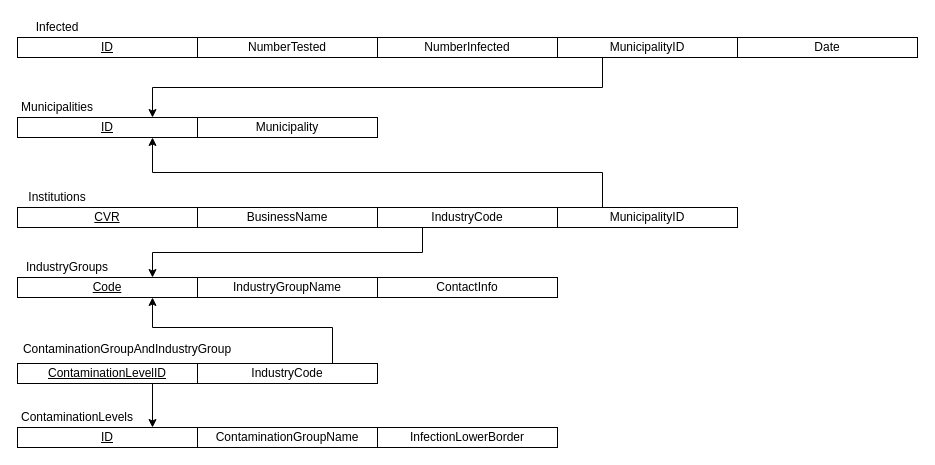
This is CharlieProject/Documentation/Martin_mappingskema.drawio from mathex83/CharlieProjectSemester1, a draw.io file, before an edit. Source tidied: cells renumbered, new cells numbered last; positions are measured from the earlier drawing's top-left corner, leaving out a move shared by most shapes. Both pictures are drawn from the tidied source at 100%, with x=0, y=0 at pixel (17, 17).
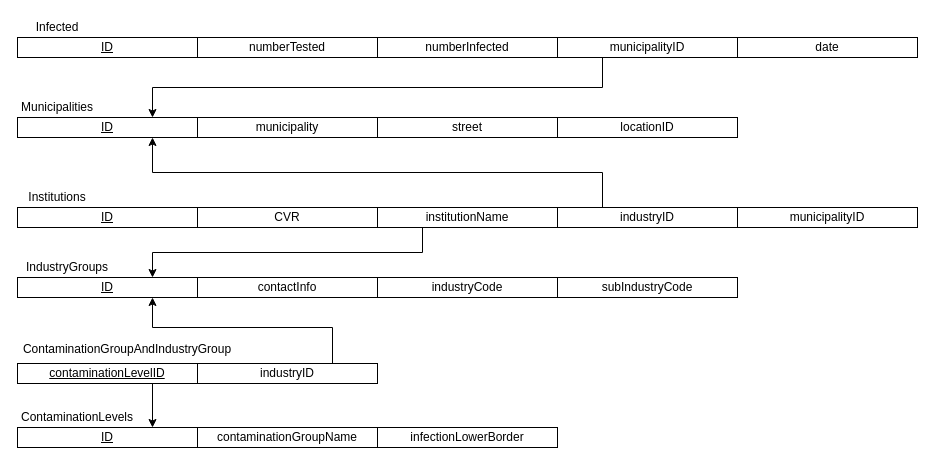
The same page after the edit.

Commit message (it also covers changes not shown here):
added newly updated mappingskema and ERD

The change refers to these unchanged cells:
```xml
<mxCell id="2" style="group;" parent="1" vertex="1">
  <mxGeometry x="360" y="20" width="180" height="20" as="geometry" />
</mxCell>
<mxCell id="5" style="group;" parent="1" vertex="1">
  <mxGeometry x="180" y="20" width="180" height="20" as="geometry" />
</mxCell>
<mxCell id="11" style="group;" parent="1" vertex="1">
  <mxGeometry x="180" y="100" width="180" height="20" as="geometry" />
</mxCell>
<mxCell id="17" style="group;" parent="1" vertex="1">
  <mxGeometry x="540" y="20" width="180" height="20" as="geometry" />
</mxCell>
<mxCell id="20" style="group;" parent="1" vertex="1">
  <mxGeometry x="720" y="20" width="180" height="20" as="geometry" />
</mxCell>
<mxCell id="25" style="group;" parent="1" vertex="1">
  <mxGeometry x="180" y="190" width="180" height="20" as="geometry" />
</mxCell>
<mxCell id="28" style="group;" parent="1" vertex="1">
  <mxGeometry x="360" y="190" width="180" height="20" as="geometry" />
</mxCell>
<mxCell id="31" style="group;" parent="1" vertex="1">
  <mxGeometry y="190" width="180" height="20" as="geometry" />
</mxCell>
<mxCell id="34" style="group;" parent="1" vertex="1">
  <mxGeometry y="260" width="180" height="20" as="geometry" />
</mxCell>
<mxCell id="37" style="group;" parent="1" vertex="1">
  <mxGeometry x="180" y="260" width="180" height="20" as="geometry" />
</mxCell>
<mxCell id="43" style="group;" parent="1" vertex="1">
  <mxGeometry x="180" y="410" width="180" height="20" as="geometry" />
</mxCell>
<mxCell id="49" style="group;" parent="1" vertex="1">
  <mxGeometry y="346" width="180" height="20" as="geometry" />
</mxCell>
<mxCell id="53" style="group;" parent="1" vertex="1">
  <mxGeometry x="360" y="410" width="180" height="20" as="geometry" />
</mxCell>
<mxCell id="56" style="group;" parent="1" vertex="1">
  <mxGeometry x="180" y="346" width="180" height="20" as="geometry" />
</mxCell>
<mxCell id="62" style="group;" parent="1" vertex="1">
  <mxGeometry x="360" y="260" width="180" height="20" as="geometry" />
</mxCell>
<mxCell id="65" style="group;" parent="1" vertex="1">
  <mxGeometry x="540" y="190" width="180" height="20" as="geometry" />
</mxCell>
```

The edit, as a diff of the source:
```diff
@@
-    <mxCell id="4" value="NumberInfected" style="text;html=1;strokeColor=none;fillColor=none;align=center;verticalAlign=middle;whiteSpace=wrap;rounded=0;" parent="2" vertex="1">
+    <mxCell id="4" value="numberInfected" style="text;html=1;strokeColor=none;fillColor=none;align=center;verticalAlign=middle;whiteSpace=wrap;rounded=0;" parent="2" vertex="1">
       <mxGeometry x="70" width="40" height="20" as="geometry" />
     </mxCell>
@@
-    <mxCell id="7" value="NumberTested" style="text;html=1;strokeColor=none;fillColor=none;align=center;verticalAlign=middle;whiteSpace=wrap;rounded=0;" parent="5" vertex="1">
+    <mxCell id="7" value="numberTested" style="text;html=1;strokeColor=none;fillColor=none;align=center;verticalAlign=middle;whiteSpace=wrap;rounded=0;" parent="5" vertex="1">
       <mxGeometry x="70" width="40" height="20" as="geometry" />
     </mxCell>
@@
-    <mxCell id="13" value="Municipality" style="text;html=1;strokeColor=none;fillColor=none;align=center;verticalAlign=middle;whiteSpace=wrap;rounded=0;" parent="11" vertex="1">
+    <mxCell id="13" value="municipality" style="text;html=1;strokeColor=none;fillColor=none;align=center;verticalAlign=middle;whiteSpace=wrap;rounded=0;" parent="11" vertex="1">
       <mxGeometry x="70" width="40" height="20" as="geometry" />
     </mxCell>
@@
-    <mxCell id="19" value="MunicipalityID" style="text;html=1;strokeColor=none;fillColor=none;align=center;verticalAlign=middle;whiteSpace=wrap;rounded=0;" parent="17" vertex="1">
+    <mxCell id="19" value="municipalityID" style="text;html=1;strokeColor=none;fillColor=none;align=center;verticalAlign=middle;whiteSpace=wrap;rounded=0;" parent="17" vertex="1">
       <mxGeometry x="70" width="40" height="20" as="geometry" />
     </mxCell>
@@
-    <mxCell id="22" value="Date" style="text;html=1;strokeColor=none;fillColor=none;align=center;verticalAlign=middle;whiteSpace=wrap;rounded=0;" parent="20" vertex="1">
+    <mxCell id="22" value="date" style="text;html=1;strokeColor=none;fillColor=none;align=center;verticalAlign=middle;whiteSpace=wrap;rounded=0;" parent="20" vertex="1">
       <mxGeometry x="70" width="40" height="20" as="geometry" />
     </mxCell>
@@
-    <mxCell id="27" value="BusinessName" style="text;html=1;strokeColor=none;fillColor=none;align=center;verticalAlign=middle;whiteSpace=wrap;rounded=0;" parent="25" vertex="1">
+    <mxCell id="27" value="CVR" style="text;html=1;strokeColor=none;fillColor=none;align=center;verticalAlign=middle;whiteSpace=wrap;rounded=0;" parent="25" vertex="1">
       <mxGeometry x="70" width="40" height="20" as="geometry" />
     </mxCell>
@@
-    <mxCell id="30" value="IndustryCode" style="text;html=1;strokeColor=none;fillColor=none;align=center;verticalAlign=middle;whiteSpace=wrap;rounded=0;" parent="28" vertex="1">
+    <mxCell id="30" value="institutionName" style="text;html=1;strokeColor=none;fillColor=none;align=center;verticalAlign=middle;whiteSpace=wrap;rounded=0;" parent="28" vertex="1">
       <mxGeometry x="70" width="40" height="20" as="geometry" />
     </mxCell>
@@
-    <mxCell id="33" value="&lt;u&gt;CVR&lt;/u&gt;" style="text;html=1;strokeColor=none;fillColor=none;align=center;verticalAlign=middle;whiteSpace=wrap;rounded=0;" parent="31" vertex="1">
+    <mxCell id="33" value="&lt;u&gt;ID&lt;/u&gt;" style="text;html=1;strokeColor=none;fillColor=none;align=center;verticalAlign=middle;whiteSpace=wrap;rounded=0;" parent="31" vertex="1">
       <mxGeometry x="70" width="40" height="20" as="geometry" />
     </mxCell>
@@
-    <mxCell id="36" value="&lt;u&gt;Code&lt;/u&gt;" style="text;html=1;strokeColor=none;fillColor=none;align=center;verticalAlign=middle;whiteSpace=wrap;rounded=0;" parent="34" vertex="1">
+    <mxCell id="36" value="&lt;u&gt;ID&lt;/u&gt;" style="text;html=1;strokeColor=none;fillColor=none;align=center;verticalAlign=middle;whiteSpace=wrap;rounded=0;" parent="34" vertex="1">
       <mxGeometry x="70" width="40" height="20" as="geometry" />
     </mxCell>
@@
-    <mxCell id="39" value="IndustryGroupName" style="text;html=1;strokeColor=none;fillColor=none;align=center;verticalAlign=middle;whiteSpace=wrap;rounded=0;" parent="37" vertex="1">
+    <mxCell id="39" value="contactInfo" style="text;html=1;strokeColor=none;fillColor=none;align=center;verticalAlign=middle;whiteSpace=wrap;rounded=0;" parent="37" vertex="1">
       <mxGeometry x="70" width="40" height="20" as="geometry" />
     </mxCell>
@@
-    <mxCell id="45" value="ContaminationGroupName" style="text;html=1;strokeColor=none;fillColor=none;align=center;verticalAlign=middle;whiteSpace=wrap;rounded=0;" parent="43" vertex="1">
+    <mxCell id="45" value="contaminationGroupName" style="text;html=1;strokeColor=none;fillColor=none;align=center;verticalAlign=middle;whiteSpace=wrap;rounded=0;" parent="43" vertex="1">
       <mxGeometry x="70" width="40" height="20" as="geometry" />
     </mxCell>
@@
-    <mxCell id="51" value="&lt;u&gt;ContaminationLevelID&lt;/u&gt;" style="text;html=1;strokeColor=none;fillColor=none;align=center;verticalAlign=middle;whiteSpace=wrap;rounded=0;" parent="49" vertex="1">
+    <mxCell id="51" value="&lt;u&gt;contaminationLevelID&lt;/u&gt;" style="text;html=1;strokeColor=none;fillColor=none;align=center;verticalAlign=middle;whiteSpace=wrap;rounded=0;" parent="49" vertex="1">
       <mxGeometry x="70" width="40" height="20" as="geometry" />
     </mxCell>
@@
-    <mxCell id="55" value="InfectionLowerBorder" style="text;html=1;strokeColor=none;fillColor=none;align=center;verticalAlign=middle;whiteSpace=wrap;rounded=0;" parent="53" vertex="1">
+    <mxCell id="55" value="infectionLowerBorder" style="text;html=1;strokeColor=none;fillColor=none;align=center;verticalAlign=middle;whiteSpace=wrap;rounded=0;" parent="53" vertex="1">
       <mxGeometry x="70" width="40" height="20" as="geometry" />
     </mxCell>
@@
-    <mxCell id="58" value="IndustryCode" style="text;html=1;strokeColor=none;fillColor=none;align=center;verticalAlign=middle;whiteSpace=wrap;rounded=0;" parent="56" vertex="1">
+    <mxCell id="58" value="industryID" style="text;html=1;strokeColor=none;fillColor=none;align=center;verticalAlign=middle;whiteSpace=wrap;rounded=0;" parent="56" vertex="1">
       <mxGeometry x="70" width="40" height="20" as="geometry" />
     </mxCell>
@@
-    <mxCell id="64" value="ContactInfo" style="text;html=1;strokeColor=none;fillColor=none;align=center;verticalAlign=middle;whiteSpace=wrap;rounded=0;" parent="62" vertex="1">
+    <mxCell id="64" value="industryCode" style="text;html=1;strokeColor=none;fillColor=none;align=center;verticalAlign=middle;whiteSpace=wrap;rounded=0;" parent="62" vertex="1">
       <mxGeometry x="70" width="40" height="20" as="geometry" />
     </mxCell>
@@
-    <mxCell id="67" value="MunicipalityID" style="text;html=1;strokeColor=none;fillColor=none;align=center;verticalAlign=middle;whiteSpace=wrap;rounded=0;" parent="65" vertex="1">
+    <mxCell id="67" value="industryID" style="text;html=1;strokeColor=none;fillColor=none;align=center;verticalAlign=middle;whiteSpace=wrap;rounded=0;" parent="65" vertex="1">
       <mxGeometry x="70" width="40" height="20" as="geometry" />
     </mxCell>
@@
+    <mxCell id="70" style="group;" parent="1" vertex="1">
+      <mxGeometry x="360" y="100" width="180" height="20" as="geometry" />
+    </mxCell>
+    <mxCell id="71" style="rounded=0;whiteSpace=wrap;html=1;" parent="70" vertex="1">
+      <mxGeometry width="180" height="20" as="geometry" />
+    </mxCell>
+    <mxCell id="72" value="street" style="text;html=1;strokeColor=none;fillColor=none;align=center;verticalAlign=middle;whiteSpace=wrap;rounded=0;" parent="70" vertex="1">
+      <mxGeometry x="70" width="40" height="20" as="geometry" />
+    </mxCell>
+    <mxCell id="73" style="group;" parent="1" vertex="1">
+      <mxGeometry x="540" y="100" width="180" height="20" as="geometry" />
+    </mxCell>
+    <mxCell id="74" style="rounded=0;whiteSpace=wrap;html=1;" parent="73" vertex="1">
+      <mxGeometry width="180" height="20" as="geometry" />
+    </mxCell>
+    <mxCell id="75" value="locationID" style="text;html=1;strokeColor=none;fillColor=none;align=center;verticalAlign=middle;whiteSpace=wrap;rounded=0;" parent="73" vertex="1">
+      <mxGeometry x="70" width="40" height="20" as="geometry" />
+    </mxCell>
+    <mxCell id="76" style="group;" parent="1" vertex="1">
+      <mxGeometry x="720" y="190" width="180" height="20" as="geometry" />
+    </mxCell>
+    <mxCell id="77" style="rounded=0;whiteSpace=wrap;html=1;" parent="76" vertex="1">
+      <mxGeometry width="180" height="20" as="geometry" />
+    </mxCell>
+    <mxCell id="78" value="municipalityID" style="text;html=1;strokeColor=none;fillColor=none;align=center;verticalAlign=middle;whiteSpace=wrap;rounded=0;" parent="76" vertex="1">
+      <mxGeometry x="70" width="40" height="20" as="geometry" />
+    </mxCell>
+    <mxCell id="79" style="group;" parent="1" vertex="1">
+      <mxGeometry x="540" y="260" width="180" height="20" as="geometry" />
+    </mxCell>
+    <mxCell id="80" style="rounded=0;whiteSpace=wrap;html=1;" parent="79" vertex="1">
+      <mxGeometry width="180" height="20" as="geometry" />
+    </mxCell>
+    <mxCell id="81" value="subIndustryCode" style="text;html=1;strokeColor=none;fillColor=none;align=center;verticalAlign=middle;whiteSpace=wrap;rounded=0;" parent="79" vertex="1">
+      <mxGeometry x="70" width="40" height="20" as="geometry" />
+    </mxCell>
```
